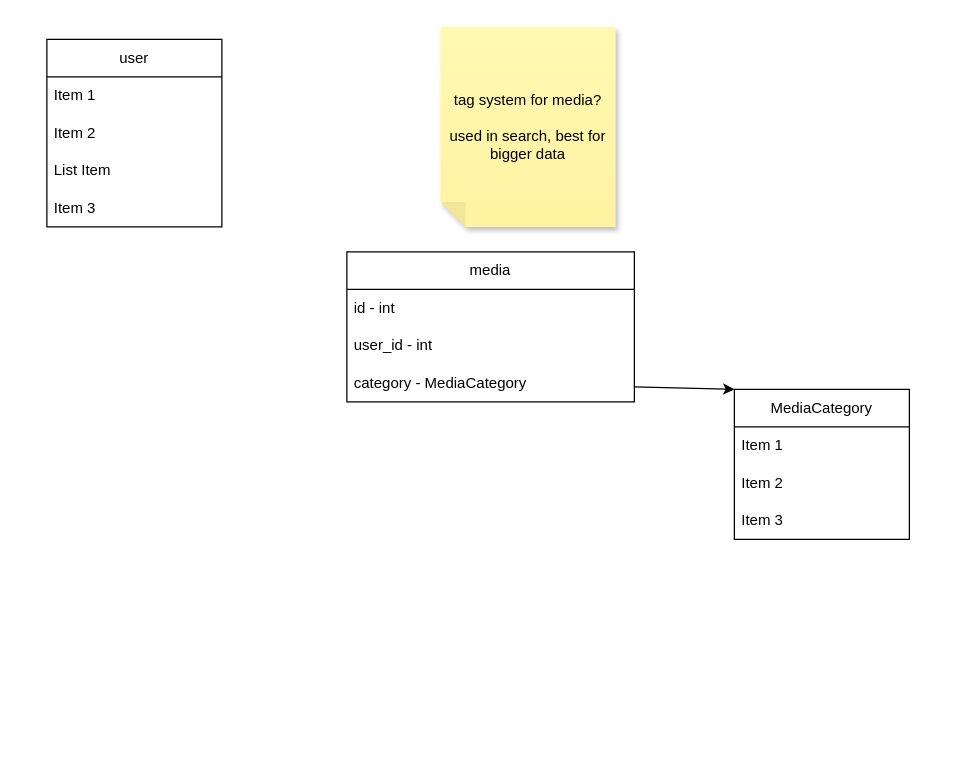
This is docs/db.drawio from Duke1014/media-manager, a draw.io file, before an edit. Source tidied: cells renumbered, new cells numbered last; positions are measured from the earlier drawing's top-left corner, leaving out a move shared by most shapes. Both pictures are drawn from the tidied source at 125%, with x=0, y=0 at pixel (46, 26).
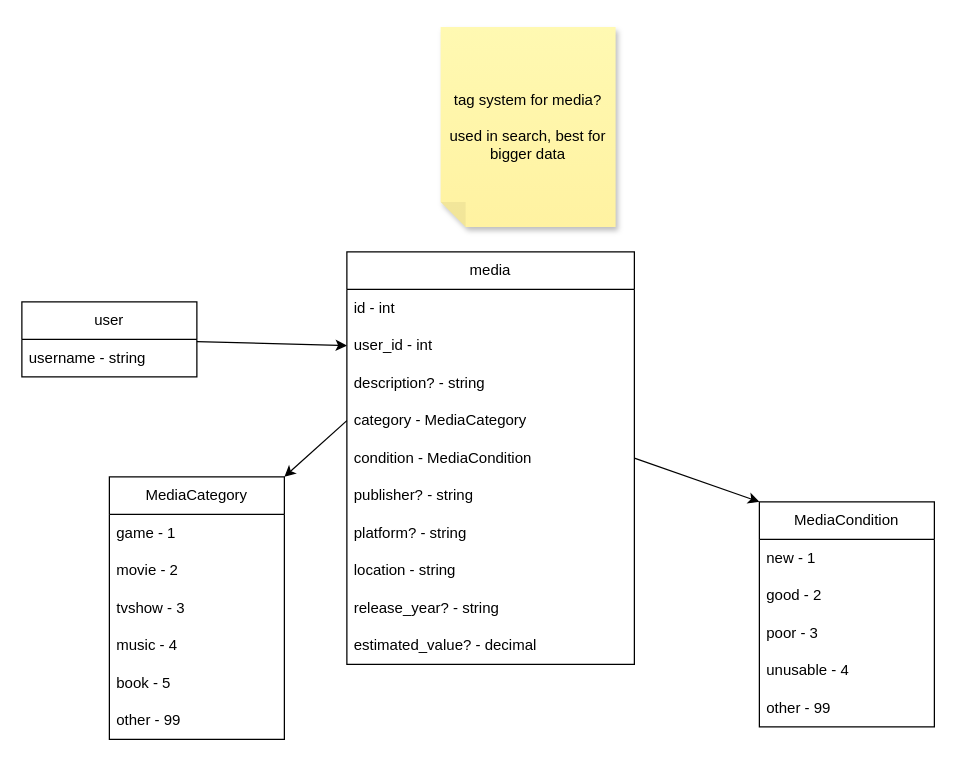
Above is the later version.

The change refers to these unchanged cells:
```xml
<mxCell id="9" value="user_id - int" style="text;strokeColor=none;fillColor=none;align=left;verticalAlign=middle;spacingLeft=4;spacingRight=4;overflow=hidden;points=[[0,0.5],[1,0.5]];portConstraint=eastwest;whiteSpace=wrap;html=1;" parent="7" vertex="1">
  <mxGeometry y="60" width="230" height="30" as="geometry" />
</mxCell>
```

Change to the diagram source:
```diff
@@
+    <mxCell id="17" style="edgeStyle=none;html=1;entryX=0;entryY=0.5;entryDx=0;entryDy=0;" parent="1" edge="1" source="2" target="9">
+      <mxGeometry relative="1" as="geometry" />
+    </mxCell>
     <mxCell id="2" value="user" style="swimlane;fontStyle=0;horizontal=1;startSize=30;whiteSpace=wrap;html=1;" parent="1" vertex="1">
-      <mxGeometry y="10" width="140" height="150" as="geometry" />
+      <mxGeometry x="-20" y="220" width="140" height="60" as="geometry" />
     </mxCell>
-    <mxCell id="3" value="Item 1" style="text;strokeColor=none;fillColor=none;align=left;verticalAlign=middle;spacingLeft=4;spacingRight=4;overflow=hidden;whiteSpace=wrap;html=1;" parent="2" vertex="1">
+    <mxCell id="3" value="username - string" style="text;strokeColor=none;fillColor=none;align=left;verticalAlign=middle;spacingLeft=4;spacingRight=4;overflow=hidden;whiteSpace=wrap;html=1;" parent="2" vertex="1">
       <mxGeometry y="30" width="140" height="30" as="geometry" />
     </mxCell>
-    <mxCell id="4" value="Item 2" style="text;strokeColor=none;fillColor=none;align=left;verticalAlign=middle;spacingLeft=4;spacingRight=4;overflow=hidden;whiteSpace=wrap;html=1;" parent="2" vertex="1">
-      <mxGeometry y="60" width="140" height="30" as="geometry" />
-    </mxCell>
-    <mxCell id="5" value="List Item" style="text;strokeColor=none;fillColor=none;align=left;verticalAlign=middle;spacingLeft=4;spacingRight=4;overflow=hidden;whiteSpace=wrap;html=1;" parent="2" vertex="1">
-      <mxGeometry y="90" width="140" height="30" as="geometry" />
-    </mxCell>
-    <mxCell id="6" value="Item 3" style="text;strokeColor=none;fillColor=none;align=left;verticalAlign=middle;spacingLeft=4;spacingRight=4;overflow=hidden;whiteSpace=wrap;html=1;" parent="2" vertex="1">
-      <mxGeometry y="120" width="140" height="30" as="geometry" />
-    </mxCell>
     <mxCell id="7" value="media" style="swimlane;fontStyle=0;horizontal=1;startSize=30;whiteSpace=wrap;html=1;" parent="1" vertex="1">
-      <mxGeometry x="240" y="180" width="230" height="120" as="geometry" />
+      <mxGeometry x="240" y="180" width="230" height="330" as="geometry" />
     </mxCell>
@@
+    <mxCell id="18" value="description? - string" style="text;strokeColor=none;fillColor=none;align=left;verticalAlign=middle;spacingLeft=4;spacingRight=4;overflow=hidden;whiteSpace=wrap;html=1;" parent="7" vertex="1">
+      <mxGeometry y="90" width="230" height="30" as="geometry" />
+    </mxCell>
     <mxCell id="10" value="category - MediaCategory" style="text;strokeColor=none;fillColor=none;align=left;verticalAlign=middle;spacingLeft=4;spacingRight=4;overflow=hidden;points=[[0,0.5],[1,0.5]];portConstraint=eastwest;whiteSpace=wrap;html=1;" parent="7" vertex="1">
-      <mxGeometry y="90" width="230" height="30" as="geometry" />
+      <mxGeometry y="120" width="230" height="30" as="geometry" />
     </mxCell>
+    <mxCell id="19" value="condition - MediaCondition" style="text;strokeColor=none;fillColor=none;align=left;verticalAlign=middle;spacingLeft=4;spacingRight=4;overflow=hidden;points=[[0,0.5],[1,0.5]];portConstraint=eastwest;whiteSpace=wrap;html=1;" parent="7" vertex="1">
+      <mxGeometry y="150" width="230" height="30" as="geometry" />
+    </mxCell>
+    <mxCell id="20" value="publisher? - string" style="text;strokeColor=none;fillColor=none;align=left;verticalAlign=middle;spacingLeft=4;spacingRight=4;overflow=hidden;whiteSpace=wrap;html=1;" parent="7" vertex="1">
+      <mxGeometry y="180" width="230" height="30" as="geometry" />
+    </mxCell>
+    <mxCell id="21" value="platform? - string" style="text;strokeColor=none;fillColor=none;align=left;verticalAlign=middle;spacingLeft=4;spacingRight=4;overflow=hidden;whiteSpace=wrap;html=1;" parent="7" vertex="1">
+      <mxGeometry y="210" width="230" height="30" as="geometry" />
+    </mxCell>
+    <mxCell id="22" value="location - string" style="text;strokeColor=none;fillColor=none;align=left;verticalAlign=middle;spacingLeft=4;spacingRight=4;overflow=hidden;whiteSpace=wrap;html=1;" parent="7" vertex="1">
+      <mxGeometry y="240" width="230" height="30" as="geometry" />
+    </mxCell>
+    <mxCell id="23" value="release_year? - string" style="text;strokeColor=none;fillColor=none;align=left;verticalAlign=middle;spacingLeft=4;spacingRight=4;overflow=hidden;whiteSpace=wrap;html=1;" parent="7" vertex="1">
+      <mxGeometry y="270" width="230" height="30" as="geometry" />
+    </mxCell>
+    <mxCell id="24" value="estimated_value? - decimal" style="text;strokeColor=none;fillColor=none;align=left;verticalAlign=middle;spacingLeft=4;spacingRight=4;overflow=hidden;whiteSpace=wrap;html=1;" parent="7" vertex="1">
+      <mxGeometry y="300" width="230" height="30" as="geometry" />
+    </mxCell>
-    <mxCell id="11" value="MediaCategory" style="swimlane;fontStyle=0;horizontal=1;startSize=30;whiteSpace=wrap;html=1;" parent="1" vertex="1">
-      <mxGeometry x="550" y="290" width="140" height="120" as="geometry" />
+    <mxCell id="11" value="MediaCondition" style="swimlane;fontStyle=0;horizontal=1;startSize=30;whiteSpace=wrap;html=1;" parent="1" vertex="1">
+      <mxGeometry x="570" y="380" width="140" height="180" as="geometry" />
     </mxCell>
-    <mxCell id="12" value="Item 1" style="text;strokeColor=none;fillColor=none;align=left;verticalAlign=middle;spacingLeft=4;spacingRight=4;overflow=hidden;whiteSpace=wrap;html=1;" parent="11" vertex="1">
+    <mxCell id="12" value="new - 1" style="text;strokeColor=none;fillColor=none;align=left;verticalAlign=middle;spacingLeft=4;spacingRight=4;overflow=hidden;whiteSpace=wrap;html=1;" parent="11" vertex="1">
       <mxGeometry y="30" width="140" height="30" as="geometry" />
     </mxCell>
-    <mxCell id="13" value="Item 2" style="text;strokeColor=none;fillColor=none;align=left;verticalAlign=middle;spacingLeft=4;spacingRight=4;overflow=hidden;whiteSpace=wrap;html=1;" parent="11" vertex="1">
+    <mxCell id="13" value="good - 2" style="text;strokeColor=none;fillColor=none;align=left;verticalAlign=middle;spacingLeft=4;spacingRight=4;overflow=hidden;whiteSpace=wrap;html=1;" parent="11" vertex="1">
       <mxGeometry y="60" width="140" height="30" as="geometry" />
     </mxCell>
-    <mxCell id="14" value="Item 3" style="text;strokeColor=none;fillColor=none;align=left;verticalAlign=middle;spacingLeft=4;spacingRight=4;overflow=hidden;whiteSpace=wrap;html=1;" parent="11" vertex="1">
+    <mxCell id="14" value="poor - 3" style="text;strokeColor=none;fillColor=none;align=left;verticalAlign=middle;spacingLeft=4;spacingRight=4;overflow=hidden;whiteSpace=wrap;html=1;" parent="11" vertex="1">
       <mxGeometry y="90" width="140" height="30" as="geometry" />
     </mxCell>
-    <mxCell id="15" style="edgeStyle=none;html=1;entryX=0;entryY=0;entryDx=0;entryDy=0;" parent="1" edge="1" source="10" target="11">
-      <mxGeometry relative="1" as="geometry" />
-    </mxCell>
+    <mxCell id="25" value="unusable - 4" style="text;strokeColor=none;fillColor=none;align=left;verticalAlign=middle;spacingLeft=4;spacingRight=4;overflow=hidden;whiteSpace=wrap;html=1;" parent="11" vertex="1">
+      <mxGeometry y="120" width="140" height="30" as="geometry" />
+    </mxCell>
+    <mxCell id="26" value="other - 99" style="text;strokeColor=none;fillColor=none;align=left;verticalAlign=middle;spacingLeft=4;spacingRight=4;overflow=hidden;whiteSpace=wrap;html=1;" parent="11" vertex="1">
+      <mxGeometry y="150" width="140" height="30" as="geometry" />
+    </mxCell>
@@
+    <mxCell id="27" style="edgeStyle=none;html=1;entryX=0;entryY=0;entryDx=0;entryDy=0;exitX=1;exitY=0.5;exitDx=0;exitDy=0;" parent="1" edge="1" source="19" target="11">
+      <mxGeometry relative="1" as="geometry" />
+    </mxCell>
+    <mxCell id="28" value="MediaCategory" style="swimlane;fontStyle=0;horizontal=1;startSize=30;whiteSpace=wrap;html=1;" parent="1" vertex="1">
+      <mxGeometry x="50" y="360" width="140" height="210" as="geometry" />
+    </mxCell>
+    <mxCell id="29" value="game - 1" style="text;strokeColor=none;fillColor=none;align=left;verticalAlign=middle;spacingLeft=4;spacingRight=4;overflow=hidden;whiteSpace=wrap;html=1;" parent="28" vertex="1">
+      <mxGeometry y="30" width="140" height="30" as="geometry" />
+    </mxCell>
+    <mxCell id="30" value="movie - 2" style="text;strokeColor=none;fillColor=none;align=left;verticalAlign=middle;spacingLeft=4;spacingRight=4;overflow=hidden;whiteSpace=wrap;html=1;" parent="28" vertex="1">
+      <mxGeometry y="60" width="140" height="30" as="geometry" />
+    </mxCell>
+    <mxCell id="31" value="tvshow - 3" style="text;strokeColor=none;fillColor=none;align=left;verticalAlign=middle;spacingLeft=4;spacingRight=4;overflow=hidden;whiteSpace=wrap;html=1;" parent="28" vertex="1">
+      <mxGeometry y="90" width="140" height="30" as="geometry" />
+    </mxCell>
+    <mxCell id="32" value="music - 4" style="text;strokeColor=none;fillColor=none;align=left;verticalAlign=middle;spacingLeft=4;spacingRight=4;overflow=hidden;whiteSpace=wrap;html=1;" parent="28" vertex="1">
+      <mxGeometry y="120" width="140" height="30" as="geometry" />
+    </mxCell>
+    <mxCell id="33" value="book - 5" style="text;strokeColor=none;fillColor=none;align=left;verticalAlign=middle;spacingLeft=4;spacingRight=4;overflow=hidden;whiteSpace=wrap;html=1;" parent="28" vertex="1">
+      <mxGeometry y="150" width="140" height="30" as="geometry" />
+    </mxCell>
+    <mxCell id="34" value="other - 99" style="text;strokeColor=none;fillColor=none;align=left;verticalAlign=middle;spacingLeft=4;spacingRight=4;overflow=hidden;whiteSpace=wrap;html=1;" parent="28" vertex="1">
+      <mxGeometry y="180" width="140" height="30" as="geometry" />
+    </mxCell>
+    <mxCell id="35" style="edgeStyle=none;html=1;entryX=1;entryY=0;entryDx=0;entryDy=0;exitX=0;exitY=0.5;exitDx=0;exitDy=0;" parent="1" edge="1" source="10" target="28">
+      <mxGeometry relative="1" as="geometry" />
+    </mxCell>
```
